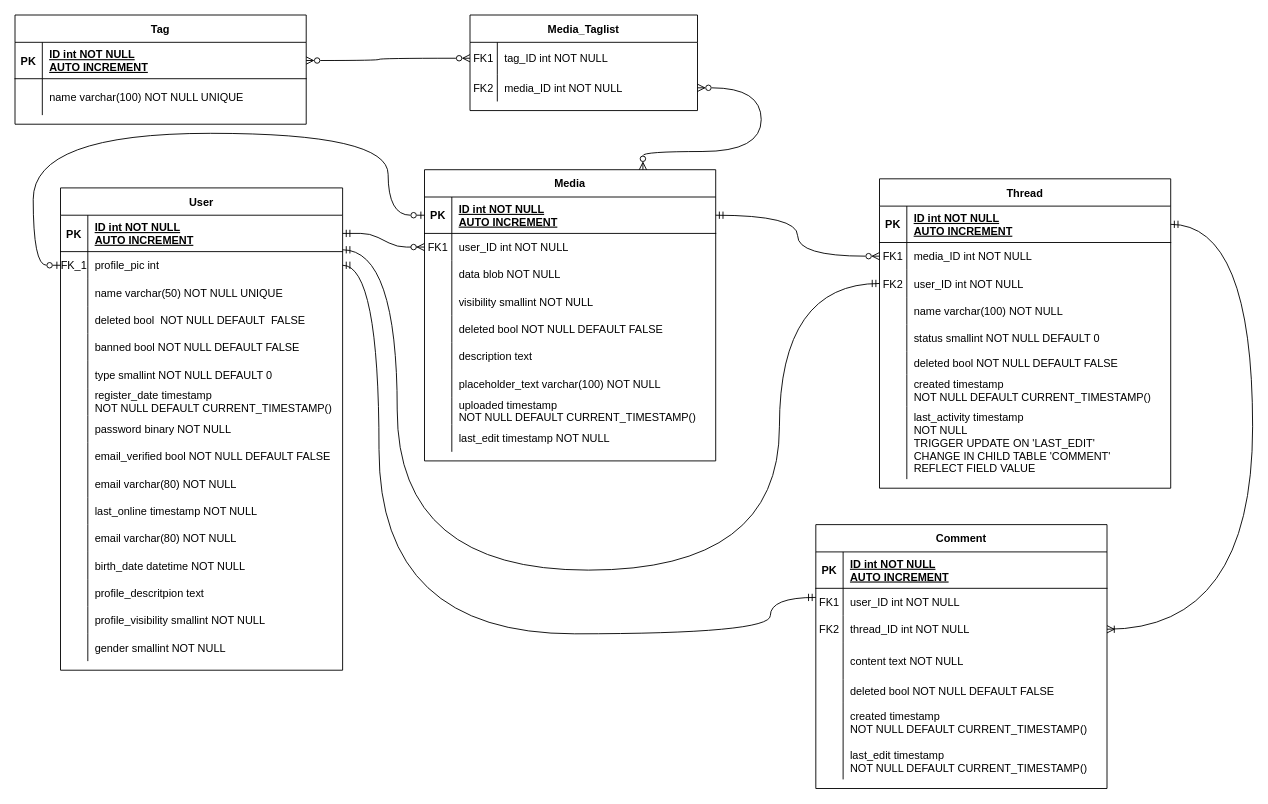
This is docs/dev/db/appdiagramms/VisualPosting_R_schema_phase_02.drawio from gombosg21/vizsgaremek, a draw.io file, before an edit. Source tidied: cells renumbered, new cells numbered last; positions are measured from the earlier drawing's top-left corner, leaving out a move shared by most shapes. Both pictures are drawn from the tidied source at 91%, with x=0, y=0 at pixel (15, 15).
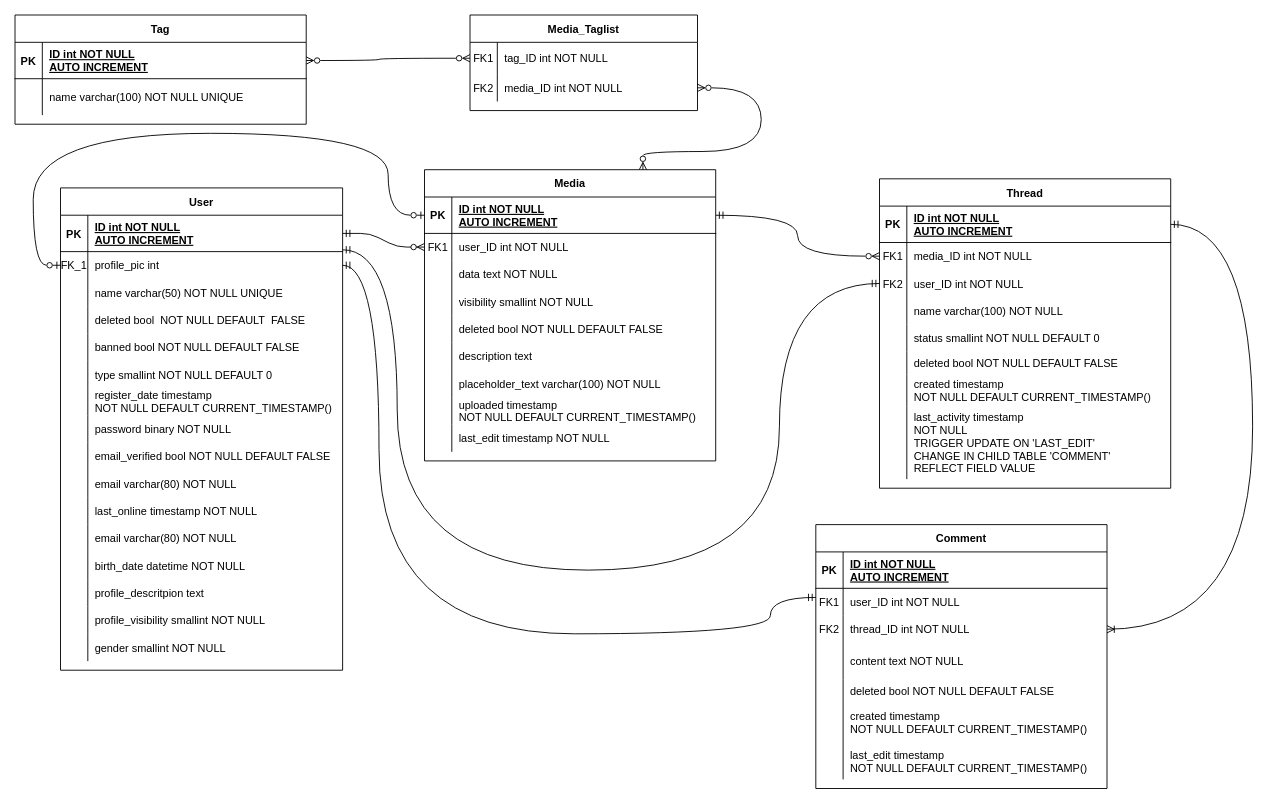
After the change.

Commit message (it also covers changes not shown here):
data now text, saves many encode cycles

The change refers to these unchanged cells:
```xml
<mxCell id="10" style="shape=partialRectangle;fillColor=none;top=0;left=0;right=0;bottom=0;" parent="3" vertex="1">
  <mxGeometry y="100" width="320" height="30" as="geometry" />
</mxCell>
```

Change to the diagram source:
```diff
@@
-    <mxCell id="12" value="data blob NOT NULL" style="shape=partialRectangle;overflow=hidden;fillColor=none;top=0;left=0;bottom=0;right=0;align=left;spacingLeft=6;" parent="10" vertex="1">
+    <mxCell id="12" value="data text NOT NULL" style="shape=partialRectangle;overflow=hidden;fillColor=none;top=0;left=0;bottom=0;right=0;align=left;spacingLeft=6;" parent="10" vertex="1">
       <mxGeometry x="30" width="290" height="30" as="geometry" />
     </mxCell>
```
